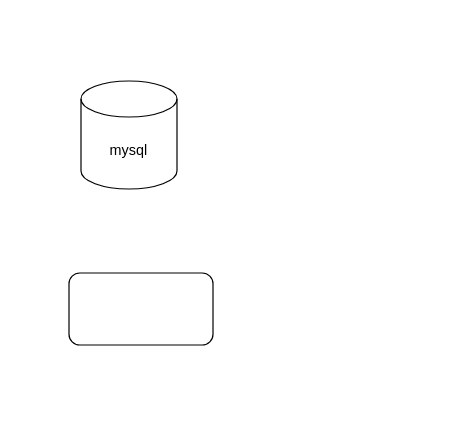
DemonHan/KuickBuy keeps this draw.io diagram as csdb/未命名绘图.drawio. Above is the earlier version. Source tidied: cells renumbered, new cells numbered last; positions are measured from the earlier drawing's top-left corner, leaving out a move shared by most shapes. Both pictures are drawn from the tidied source at 120%, with x=0, y=0 at pixel (68, 80).
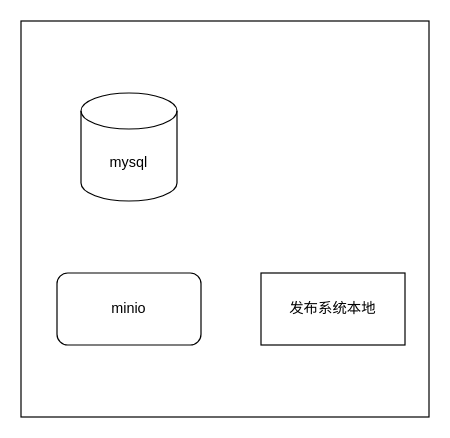
The same page after the edit.

Commit message (it also covers changes not shown here):
更新未命名绘图.drawio

What changed in the source:
```diff
@@
 <mxGraphModel>
   <root>
     <mxCell id="0" />
     <mxCell id="1" parent="0" />
+    <mxCell id="4" style="rounded=0;whiteSpace=wrap;html=1;" parent="1" vertex="1">
+      <mxGeometry x="-40" y="-50" width="340" height="330" as="geometry" />
+    </mxCell>
     <mxCell id="2" value="mysql" style="shape=cylinder3;whiteSpace=wrap;html=1;boundedLbl=1;backgroundOutline=1;size=15;" parent="1" vertex="1">
-      <mxGeometry x="10" width="80" height="90" as="geometry" />
+      <mxGeometry x="10" y="10" width="80" height="90" as="geometry" />
     </mxCell>
-    <mxCell id="3" style="rounded=1;whiteSpace=wrap;html=1;" parent="1" vertex="1">
-      <mxGeometry y="160" width="120" height="60" as="geometry" />
+    <mxCell id="3" value="minio" style="rounded=1;whiteSpace=wrap;html=1;" parent="1" vertex="1">
+      <mxGeometry x="-10" y="160" width="120" height="60" as="geometry" />
     </mxCell>
+    <mxCell id="5" value="发布系统本地" style="rounded=0;whiteSpace=wrap;html=1;" parent="1" vertex="1">
+      <mxGeometry x="160" y="160" width="120" height="60" as="geometry" />
+    </mxCell>
   </root>
 </mxGraphModel>
```
